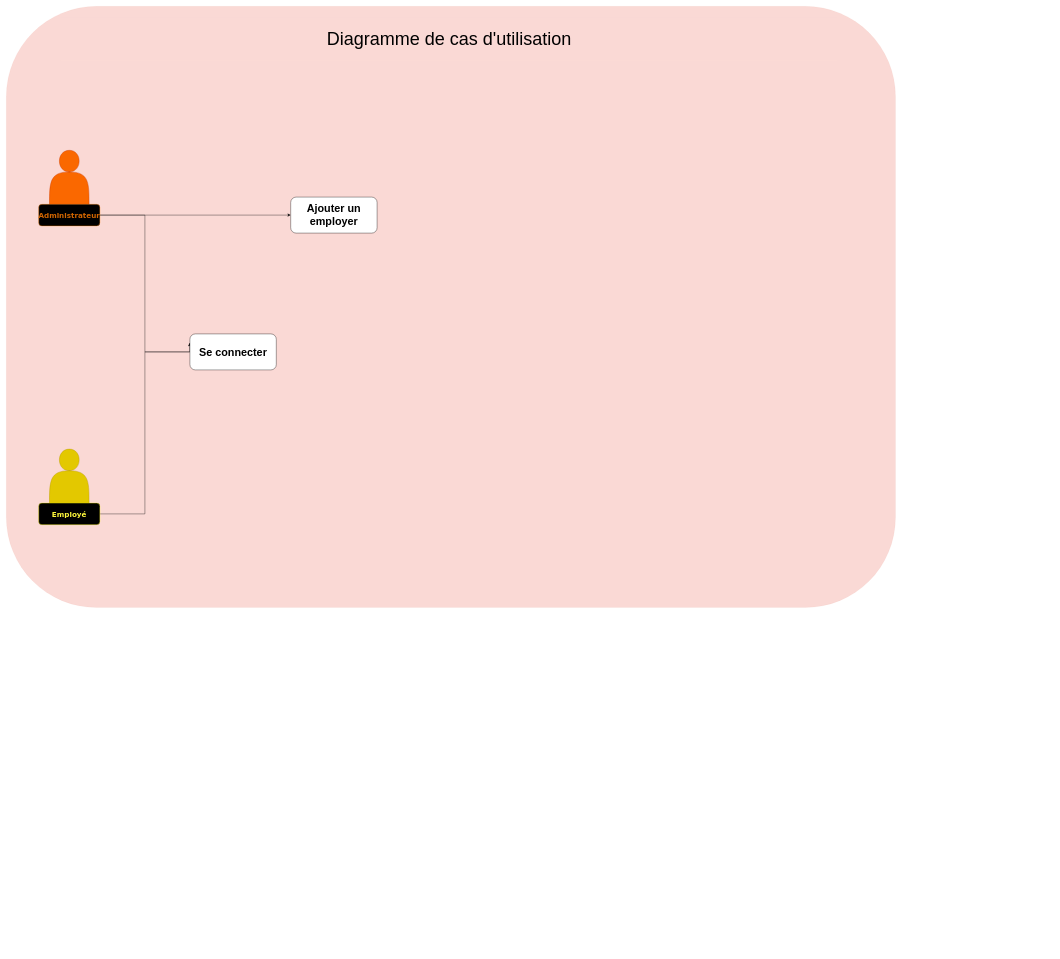
OceaneEdde/garageVparrot keeps this draw.io diagram as Diagramme de cas d'utilisation.drawio. Above is the earlier version. Source tidied: cells renumbered, new cells numbered last; positions are measured from the earlier drawing's top-left corner, leaving out a move shared by most shapes. Both pictures are drawn from the tidied source at 36%, with x=0, y=0 at pixel (6, 6).
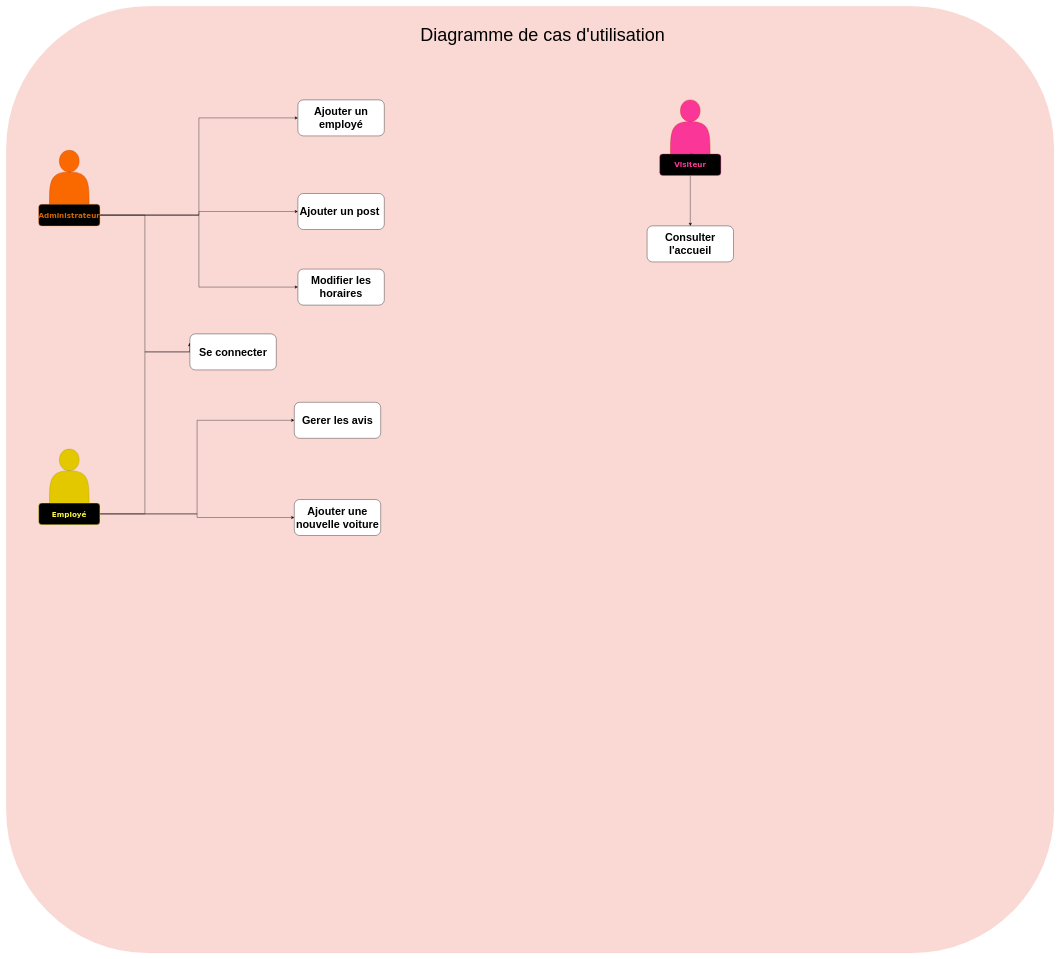
The same diagram, later.

Commit message:
Mettre à jour Diagramme de cas d'utilisation.drawio

Unchanged cells that the change refers to:
```xml
<mxCell id="6" value="&lt;font color=&quot;#fff83b&quot; face=&quot;Verdana&quot; style=&quot;font-size: 20px;&quot;&gt;&lt;b style=&quot;&quot;&gt;Employé&lt;/b&gt;&lt;/font&gt;" style="rounded=1;whiteSpace=wrap;html=1;strokeColor=#FFFF00;fillColor=#000000;" parent="1" vertex="1">
  <mxGeometry x="90" y="1380" width="170" height="60" as="geometry" />
</mxCell>
<mxCell id="10" value="&lt;font color=&quot;#d06501&quot; face=&quot;Verdana&quot; style=&quot;font-size: 20px;&quot;&gt;&lt;b&gt;Administrateur&lt;/b&gt;&lt;/font&gt;" style="rounded=1;whiteSpace=wrap;html=1;fillColor=#000000;fontColor=#000000;strokeColor=#FF8000;" parent="1" vertex="1">
  <mxGeometry x="90" y="550" width="170" height="60" as="geometry" />
</mxCell>
```

The edit, as a diff of the source:
```diff
@@
     <mxCell id="2" style="rounded=1;whiteSpace=wrap;html=1;fillColor=#fad9d5;strokeColor=#ae4132;strokeWidth=0;" parent="1" vertex="1">
-      <mxGeometry width="2470" height="1670" as="geometry" />
+      <mxGeometry width="2910" height="2630" as="geometry" />
     </mxCell>
     <mxCell id="3" value="&lt;font style=&quot;font-size: 50px;&quot;&gt;Diagramme de cas d'utilisation&lt;/font&gt;" style="rounded=0;whiteSpace=wrap;html=1;fillColor=#fad9d5;strokeColor=none;" parent="1" vertex="1">
-      <mxGeometry x="150" y="30" width="2160" height="120" as="geometry" />
+      <mxGeometry x="410" y="20" width="2160" height="120" as="geometry" />
     </mxCell>
@@
+    <mxCell id="13" style="edgeStyle=orthogonalEdgeStyle;rounded=0;jettySize=auto;html=1;exitX=1;exitY=0.5;exitDx=0;exitDy=0;entryX=0;entryY=0.5;entryDx=0;entryDy=0;" parent="1" edge="1" source="6" target="20">
+      <mxGeometry relative="1" as="geometry" />
+    </mxCell>
+    <mxCell id="14" style="edgeStyle=orthogonalEdgeStyle;rounded=0;jettySize=auto;html=1;exitX=1;exitY=0.5;exitDx=0;exitDy=0;entryX=0;entryY=0.5;entryDx=0;entryDy=0;" parent="1" edge="1" source="6" target="19">
+      <mxGeometry relative="1" as="geometry" />
+    </mxCell>
@@
+    <mxCell id="15" style="edgeStyle=orthogonalEdgeStyle;rounded=0;jettySize=auto;html=1;exitX=1;exitY=0.5;exitDx=0;exitDy=0;entryX=0;entryY=0.5;entryDx=0;entryDy=0;" parent="1" edge="1" source="10" target="17">
+      <mxGeometry relative="1" as="geometry" />
+    </mxCell>
+    <mxCell id="16" style="edgeStyle=orthogonalEdgeStyle;rounded=0;jettySize=auto;html=1;exitX=1;exitY=0.5;exitDx=0;exitDy=0;entryX=0;entryY=0.5;entryDx=0;entryDy=0;" parent="1" edge="1" source="10" target="18">
+      <mxGeometry relative="1" as="geometry" />
+    </mxCell>
@@
-    <mxCell id="12" value="&lt;font size=&quot;1&quot; style=&quot;&quot;&gt;&lt;b style=&quot;font-size: 30px;&quot;&gt;Ajouter un employer&lt;/b&gt;&lt;/font&gt;" style="rounded=1;whiteSpace=wrap;html=1;" parent="1" vertex="1">
-      <mxGeometry x="790" y="530" width="240" height="100" as="geometry" />
+    <mxCell id="12" value="&lt;font size=&quot;1&quot; style=&quot;&quot;&gt;&lt;b style=&quot;font-size: 30px;&quot;&gt;Ajouter un employé&lt;/b&gt;&lt;/font&gt;" style="rounded=1;whiteSpace=wrap;html=1;" parent="1" vertex="1">
+      <mxGeometry x="810" y="260" width="240" height="100" as="geometry" />
     </mxCell>
+    <mxCell id="17" value="&lt;font size=&quot;1&quot; style=&quot;&quot;&gt;&lt;b style=&quot;font-size: 30px;&quot;&gt;Ajouter un post&amp;nbsp;&lt;/b&gt;&lt;/font&gt;" style="rounded=1;whiteSpace=wrap;html=1;" parent="1" vertex="1">
+      <mxGeometry x="810" y="520" width="240" height="100" as="geometry" />
+    </mxCell>
+    <mxCell id="18" value="&lt;font size=&quot;1&quot; style=&quot;&quot;&gt;&lt;b style=&quot;font-size: 30px;&quot;&gt;Modifier les horaires&lt;/b&gt;&lt;/font&gt;" style="rounded=1;whiteSpace=wrap;html=1;" parent="1" vertex="1">
+      <mxGeometry x="810" y="730" width="240" height="100" as="geometry" />
+    </mxCell>
+    <mxCell id="19" value="&lt;font size=&quot;1&quot; style=&quot;&quot;&gt;&lt;b style=&quot;font-size: 30px;&quot;&gt;Gerer les avis&lt;/b&gt;&lt;/font&gt;" style="rounded=1;whiteSpace=wrap;html=1;" parent="1" vertex="1">
+      <mxGeometry x="800" y="1100" width="240" height="100" as="geometry" />
+    </mxCell>
+    <mxCell id="20" value="&lt;font size=&quot;1&quot; style=&quot;&quot;&gt;&lt;b style=&quot;font-size: 30px;&quot;&gt;Ajouter une nouvelle voiture&lt;/b&gt;&lt;/font&gt;" style="rounded=1;whiteSpace=wrap;html=1;" parent="1" vertex="1">
+      <mxGeometry x="800" y="1370" width="240" height="100" as="geometry" />
+    </mxCell>
+    <mxCell id="21" style="shape=actor;whiteSpace=wrap;html=1;fillColor=#FA3799;strokeColor=#C73500;fontColor=#000000;" parent="1" vertex="1">
+      <mxGeometry x="1845" y="260" width="110" height="150" as="geometry" />
+    </mxCell>
+    <mxCell id="22" style="edgeStyle=orthogonalEdgeStyle;rounded=0;jettySize=auto;html=1;exitX=0.5;exitY=1;exitDx=0;exitDy=0;entryX=0.5;entryY=0;entryDx=0;entryDy=0;" parent="1" edge="1" source="23" target="25">
+      <mxGeometry relative="1" as="geometry" />
+    </mxCell>
+    <mxCell id="23" value="&lt;font color=&quot;#fa3799&quot; face=&quot;Verdana&quot; style=&quot;font-size: 20px;&quot;&gt;&lt;b style=&quot;&quot;&gt;Visiteur&lt;/b&gt;&lt;/font&gt;" style="rounded=1;whiteSpace=wrap;html=1;fillColor=#000000;fontColor=#000000;strokeColor=#FA3799;" parent="1" vertex="1">
+      <mxGeometry x="1815" y="410" width="170" height="60" as="geometry" />
+    </mxCell>
+    <mxCell id="24" style="edgeStyle=orthogonalEdgeStyle;rounded=0;orthogonalLoop=1;jettySize=auto;html=1;exitX=0.5;exitY=0;exitDx=0;exitDy=0;entryX=0.529;entryY=0.5;entryDx=0;entryDy=0;entryPerimeter=0;" parent="1" edge="1" source="23" target="23">
+      <mxGeometry relative="1" as="geometry" />
+    </mxCell>
+    <mxCell id="25" value="&lt;font size=&quot;1&quot; style=&quot;&quot;&gt;&lt;b style=&quot;font-size: 30px;&quot;&gt;Consulter l'accueil&lt;/b&gt;&lt;/font&gt;" style="rounded=1;whiteSpace=wrap;html=1;" parent="1" vertex="1">
+      <mxGeometry x="1780" y="610" width="240" height="100" as="geometry" />
+    </mxCell>
```
